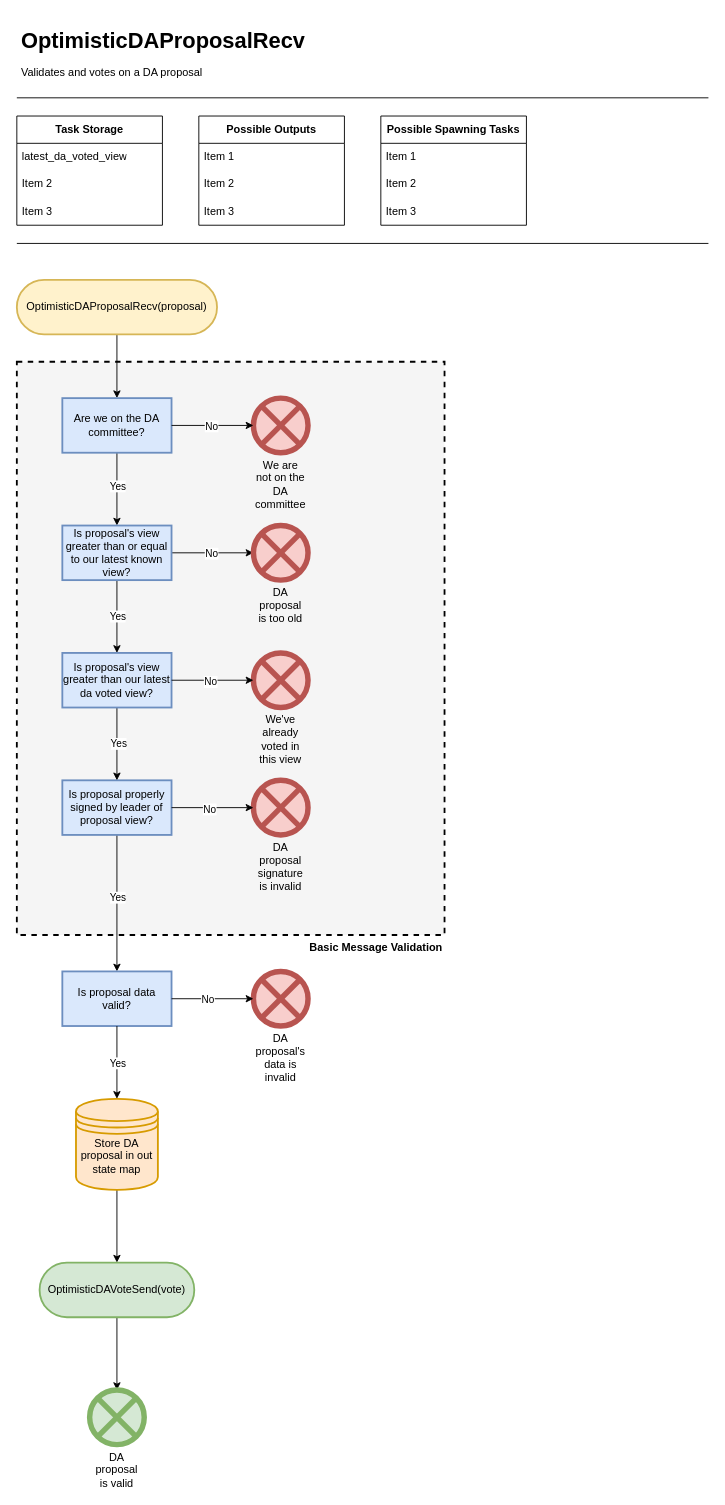
Above: page "OptimisticDAProposalRecv" (3 of 7) of docs/diagrams/HotShotFlow.drawio in EspressoSystems/HotShot (draw.io), before the change. Source tidied: cells renumbered, new cells numbered last; positions are measured from the earlier drawing's top-left corner, leaving out a move shared by most shapes. Both pictures are drawn from the tidied source at 91%, with x=0, y=0 at pixel (16, 25).
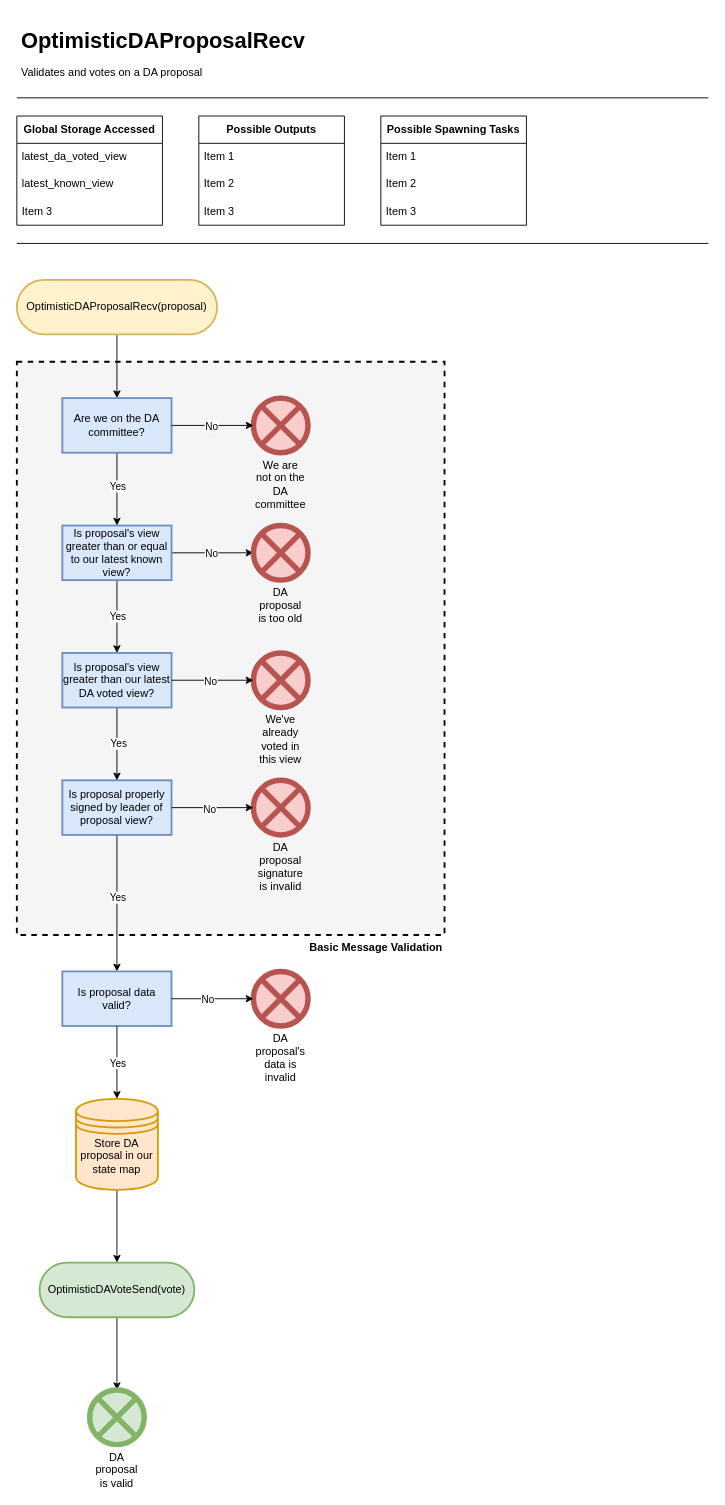
The same page after the edit.

Diff of the diagram source:
```diff
@@
-    <mxCell id="5" value="&lt;b&gt;Task Storage&lt;/b&gt;" style="swimlane;fontStyle=0;horizontal=1;startSize=30;whiteSpace=wrap;html=1;" parent="1" vertex="1">
+    <mxCell id="5" value="&lt;b&gt;Global Storage Accessed&lt;/b&gt;" style="swimlane;fontStyle=0;horizontal=1;startSize=30;whiteSpace=wrap;html=1;" parent="1" vertex="1">
       <mxGeometry y="100" width="160" height="120" as="geometry" />
     </mxCell>
@@
-    <mxCell id="7" value="Item 2" style="text;strokeColor=none;fillColor=none;align=left;verticalAlign=middle;spacingLeft=4;spacingRight=4;overflow=hidden;whiteSpace=wrap;html=1;" parent="5" vertex="1">
+    <mxCell id="7" value="latest_known_view" style="text;strokeColor=none;fillColor=none;align=left;verticalAlign=middle;spacingLeft=4;spacingRight=4;overflow=hidden;whiteSpace=wrap;html=1;" parent="5" vertex="1">
       <mxGeometry y="60" width="160" height="30" as="geometry" />
     </mxCell>
@@
-    <mxCell id="27" value="Store DA proposal in out state map" style="strokeWidth=2;html=1;shape=datastore;whiteSpace=wrap;labelPosition=center;verticalLabelPosition=middle;align=center;verticalAlign=top;fillColor=#ffe6cc;strokeColor=#d79b00;" parent="1" vertex="1">
+    <mxCell id="27" value="Store DA proposal in our state map" style="strokeWidth=2;html=1;shape=datastore;whiteSpace=wrap;labelPosition=center;verticalLabelPosition=middle;align=center;verticalAlign=top;fillColor=#ffe6cc;strokeColor=#d79b00;" parent="1" vertex="1">
       <mxGeometry x="65" y="1180" width="90" height="100" as="geometry" />
     </mxCell>
@@
-    <mxCell id="42" value="Is proposal's view greater than our latest da voted view?" style="whiteSpace=wrap;html=1;rounded=0;fillColor=#dae8fc;strokeColor=#6c8ebf;strokeWidth=2;" parent="1" vertex="1">
+    <mxCell id="42" value="Is proposal's view greater than our latest DA voted view?" style="whiteSpace=wrap;html=1;rounded=0;fillColor=#dae8fc;strokeColor=#6c8ebf;strokeWidth=2;" parent="1" vertex="1">
       <mxGeometry x="50" y="690" width="120" height="60" as="geometry" />
     </mxCell>
```
